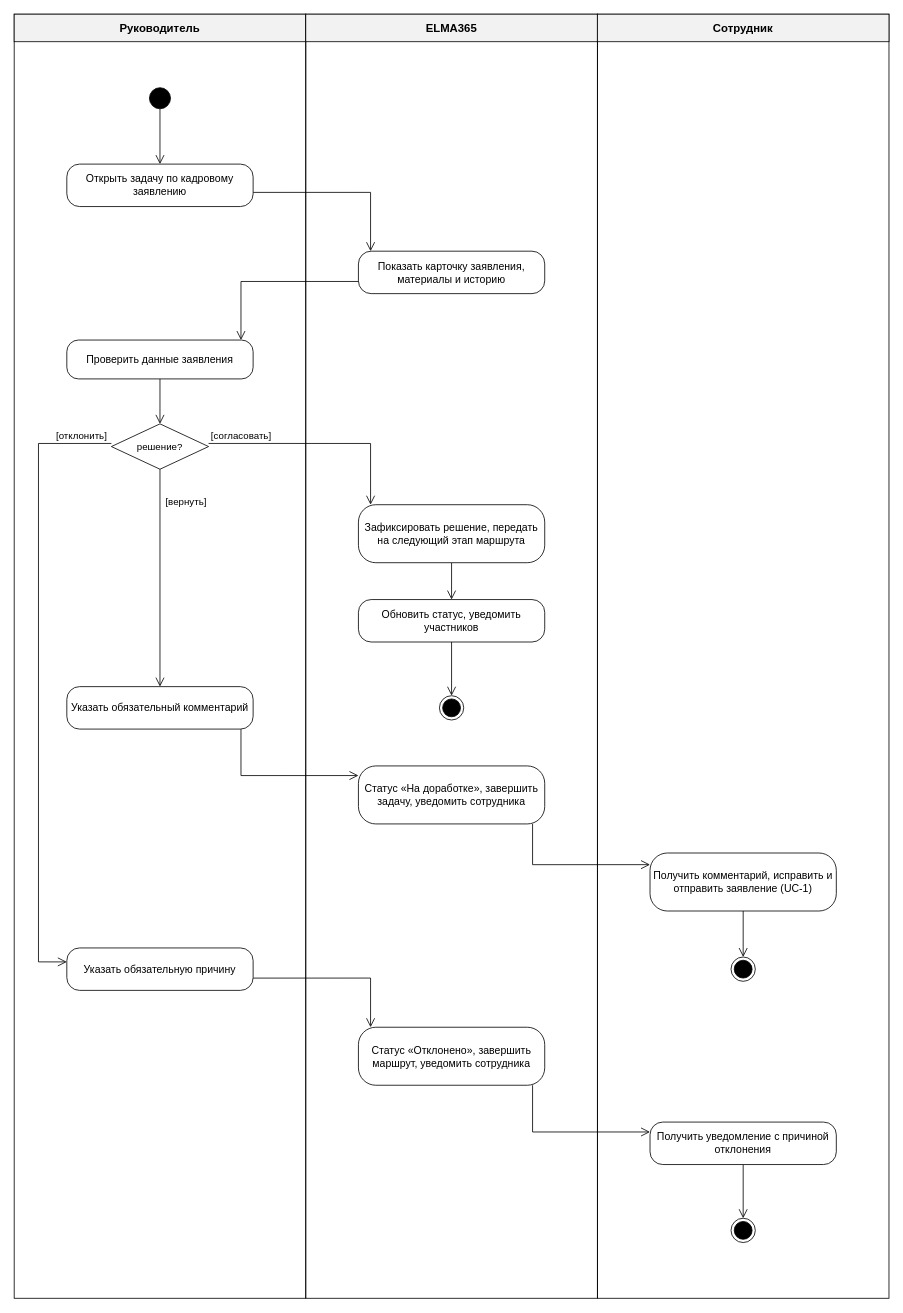
Earlier version of the draw.io diagram docs/диаграммы/drawio/4.2_Деятельность_UC-2_Согласование_заявления.drawio (akkixx04/doc_management). Source tidied: cells renumbered, new cells numbered last; positions are measured from the earlier drawing's top-left corner, leaving out a move shared by most shapes. Both pictures are drawn from the tidied source at 81%, with x=0, y=0 at pixel (14, 14).
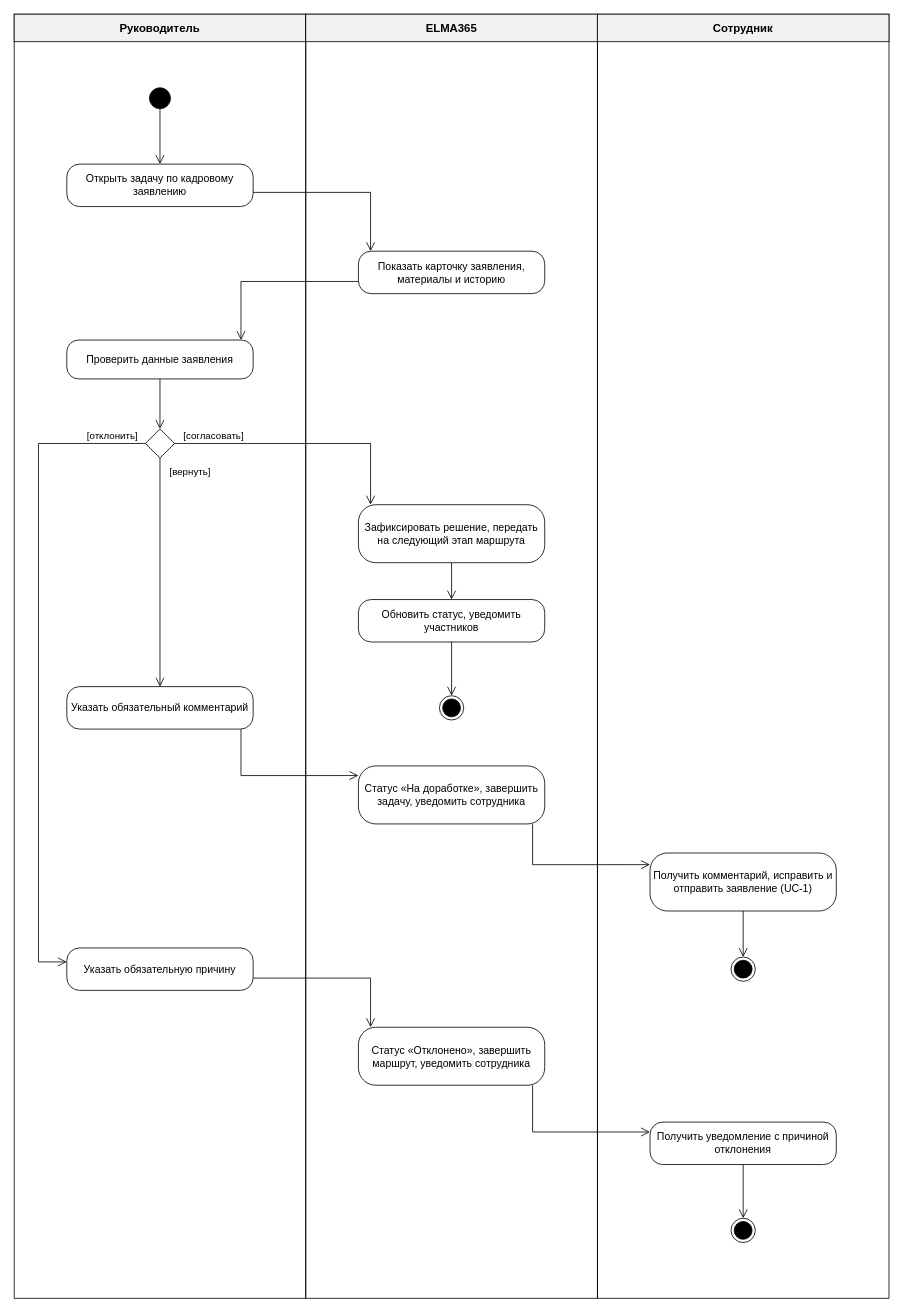
After the change.

The change refers to these unchanged cells:
```xml
<mxCell id="26" value="Проверить данные заявления" style="rounded=1;arcSize=30;whiteSpace=wrap;html=1;fillColor=#ffffff;strokeColor=#000000;fontSize=13;fontFamily=Helvetica;fontColor=#000000;" parent="1" vertex="1">
  <mxGeometry x="65" y="402.3" width="230" height="48" as="geometry" />
</mxCell>
<mxCell id="28" value="Зафиксировать решение, передать на следующий этап маршрута" style="rounded=1;arcSize=30;whiteSpace=wrap;html=1;fillColor=#ffffff;strokeColor=#000000;fontSize=13;fontFamily=Helvetica;fontColor=#000000;" parent="1" vertex="1">
  <mxGeometry x="425" y="605.6" width="230" height="71.6" as="geometry" />
</mxCell>
<mxCell id="31" value="Указать обязательный комментарий" style="rounded=1;arcSize=30;whiteSpace=wrap;html=1;fillColor=#ffffff;strokeColor=#000000;fontSize=13;fontFamily=Helvetica;fontColor=#000000;" parent="1" vertex="1">
  <mxGeometry x="65" y="830.2" width="230" height="52.4" as="geometry" />
</mxCell>
<mxCell id="35" value="Указать обязательную причину" style="rounded=1;arcSize=30;whiteSpace=wrap;html=1;fillColor=#ffffff;strokeColor=#000000;fontSize=13;fontFamily=Helvetica;fontColor=#000000;" parent="1" vertex="1">
  <mxGeometry x="65" y="1152.8" width="230" height="52.4" as="geometry" />
</mxCell>
```

Change to the diagram source:
```diff
@@
-    <mxCell id="3" style="edgeStyle=none;html=1;rounded=0;endArrow=block;endFill=1;endSize=7;strokeColor=#000000;strokeWidth=1;fontColor=#000000;fontFamily=Helvetica;endArrow=open;endFill=0;endSize=9;fontSize=12;labelBackgroundColor=#ffffff;exitX=0.5000;exitY=1.0000;exitDx=0;exitDy=0;exitPerimeter=0;entryX=0.5000;entryY=0.0000;entryDx=0;entryDy=0;entryPerimeter=0;" parent="1" edge="1" source="26" target="27">
+    <mxCell id="3" style="edgeStyle=none;html=1;rounded=0;endArrow=block;endFill=1;endSize=7;strokeColor=#000000;strokeWidth=1;fontColor=#000000;fontFamily=Helvetica;endArrow=open;endFill=0;endSize=9;fontSize=12;labelBackgroundColor=#ffffff;exitX=0.5000;exitY=1.0000;exitDx=0;exitDy=0;exitPerimeter=0;entryX=0.5;entryY=0.0000;entryDx=0;entryDy=0;entryPerimeter=0;" parent="1" edge="1" source="26" target="27">
       <mxGeometry relative="1" as="geometry" />
     </mxCell>
@@
-    <mxCell id="8" style="edgeStyle=none;html=1;rounded=0;endArrow=block;endFill=1;endSize=7;strokeColor=#000000;strokeWidth=1;fontColor=#000000;fontFamily=Helvetica;endArrow=open;endFill=0;endSize=9;fontSize=12;labelBackgroundColor=#ffffff;exitX=0.5000;exitY=1.0000;exitDx=0;exitDy=0;exitPerimeter=0;entryX=0.5000;entryY=0.0000;entryDx=0;entryDy=0;entryPerimeter=0;" parent="1" edge="1" source="27" target="31">
+    <mxCell id="8" style="edgeStyle=none;html=1;rounded=0;endArrow=block;endFill=1;endSize=7;strokeColor=#000000;strokeWidth=1;fontColor=#000000;fontFamily=Helvetica;endArrow=open;endFill=0;endSize=9;fontSize=12;labelBackgroundColor=#ffffff;exitX=0.5;exitY=1.0000;exitDx=0;exitDy=0;exitPerimeter=0;entryX=0.5000;entryY=0.0000;entryDx=0;entryDy=0;entryPerimeter=0;" parent="1" edge="1" source="27" target="31">
       <mxGeometry relative="1" as="geometry" />
     </mxCell>
-    <mxCell id="9" style="edgeStyle=none;html=1;rounded=0;endArrow=block;endFill=1;endSize=7;strokeColor=#000000;strokeWidth=1;fontColor=#000000;fontFamily=Helvetica;endArrow=open;endFill=0;endSize=9;fontSize=12;labelBackgroundColor=#ffffff;exitX=1.0000;exitY=0.4314;exitDx=0;exitDy=0;exitPerimeter=0;entryX=0.0652;entryY=0.0000;entryDx=0;entryDy=0;entryPerimeter=0;" parent="1" edge="1" source="27" target="28">
+    <mxCell id="9" style="edgeStyle=none;html=1;rounded=0;endArrow=block;endFill=1;endSize=7;strokeColor=#000000;strokeWidth=1;fontColor=#000000;fontFamily=Helvetica;endArrow=open;endFill=0;endSize=9;fontSize=12;labelBackgroundColor=#ffffff;exitX=1.0000;exitY=0.5;exitDx=0;exitDy=0;exitPerimeter=0;entryX=0.0652;entryY=0.0000;entryDx=0;entryDy=0;entryPerimeter=0;" parent="1" edge="1" source="27" target="28">
       <mxGeometry relative="1" as="geometry">
         <Array as="points">
           <mxPoint x="440" y="530" />
         </Array>
       </mxGeometry>
     </mxCell>
@@
-    <mxCell id="16" style="edgeStyle=none;html=1;rounded=0;endArrow=block;endFill=1;endSize=7;strokeColor=#000000;strokeWidth=1;fontColor=#000000;fontFamily=Helvetica;endArrow=open;endFill=0;endSize=9;fontSize=12;labelBackgroundColor=#ffffff;exitX=0.0000;exitY=0.4314;exitDx=0;exitDy=0;exitPerimeter=0;entryX=0.0000;entryY=0.3290;entryDx=0;entryDy=0;entryPerimeter=0;" parent="1" edge="1" source="27" target="35">
+    <mxCell id="16" style="edgeStyle=none;html=1;rounded=0;endArrow=block;endFill=1;endSize=7;strokeColor=#000000;strokeWidth=1;fontColor=#000000;fontFamily=Helvetica;endArrow=open;endFill=0;endSize=9;fontSize=12;labelBackgroundColor=#ffffff;exitX=0.0000;exitY=0.5;exitDx=0;exitDy=0;exitPerimeter=0;entryX=0.0000;entryY=0.3290;entryDx=0;entryDy=0;entryPerimeter=0;" parent="1" edge="1" source="27" target="35">
       <mxGeometry relative="1" as="geometry">
         <Array as="points">
           <mxPoint x="30" y="530" />
           <mxPoint x="30" y="1170" />
         </Array>
       </mxGeometry>
     </mxCell>
@@
-    <mxCell id="27" value="решение?" style="rhombus;whiteSpace=wrap;html=1;fillColor=#ffffff;strokeColor=#000000;fontSize=12;fontFamily=Helvetica;fontColor=#000000;" parent="1" vertex="1">
-      <mxGeometry x="120" y="505.8" width="120" height="56" as="geometry" />
+    <mxCell id="27" style="rhombus;whiteSpace=wrap;html=1;fillColor=#ffffff;strokeColor=#000000;fontSize=12;fontFamily=Helvetica;fontColor=#000000;" parent="1" vertex="1">
+      <mxGeometry x="162" y="512" width="36" height="36" as="geometry" />
     </mxCell>
@@
     <mxCell id="39" value="[вернуть]" style="edgeLabel;html=1;align=center;verticalAlign=middle;fontSize=12;fontStyle=0;labelBackgroundColor=#ffffff;fontColor=#000000;fontFamily=Helvetica;" parent="8" vertex="1">
-      <mxGeometry x="-0.7" relative="1" as="geometry">
-        <mxPoint x="31" as="offset" />
+      <mxGeometry x="-1" relative="1" as="geometry">
+        <mxPoint x="36.3" y="16" as="offset" />
       </mxGeometry>
     </mxCell>
     <mxCell id="40" value="[согласовать]" style="edgeLabel;html=1;align=center;verticalAlign=middle;fontSize=12;fontStyle=0;labelBackgroundColor=#ffffff;fontColor=#000000;fontFamily=Helvetica;" parent="9" vertex="1">
-      <mxGeometry x="-0.71" relative="1" as="geometry">
-        <mxPoint y="-9" as="offset" />
+      <mxGeometry x="-1" relative="1" as="geometry">
+        <mxPoint x="47.9" y="-10" as="offset" />
       </mxGeometry>
     </mxCell>
     <mxCell id="41" value="[отклонить]" style="edgeLabel;html=1;align=center;verticalAlign=middle;fontSize=12;fontStyle=0;labelBackgroundColor=#ffffff;fontColor=#000000;fontFamily=Helvetica;" parent="16" vertex="1">
-      <mxGeometry x="-0.9" relative="1" as="geometry">
-        <mxPoint y="-9" as="offset" />
+      <mxGeometry x="-1" relative="1" as="geometry">
+        <mxPoint x="-41.6" y="-10" as="offset" />
       </mxGeometry>
     </mxCell>
```
